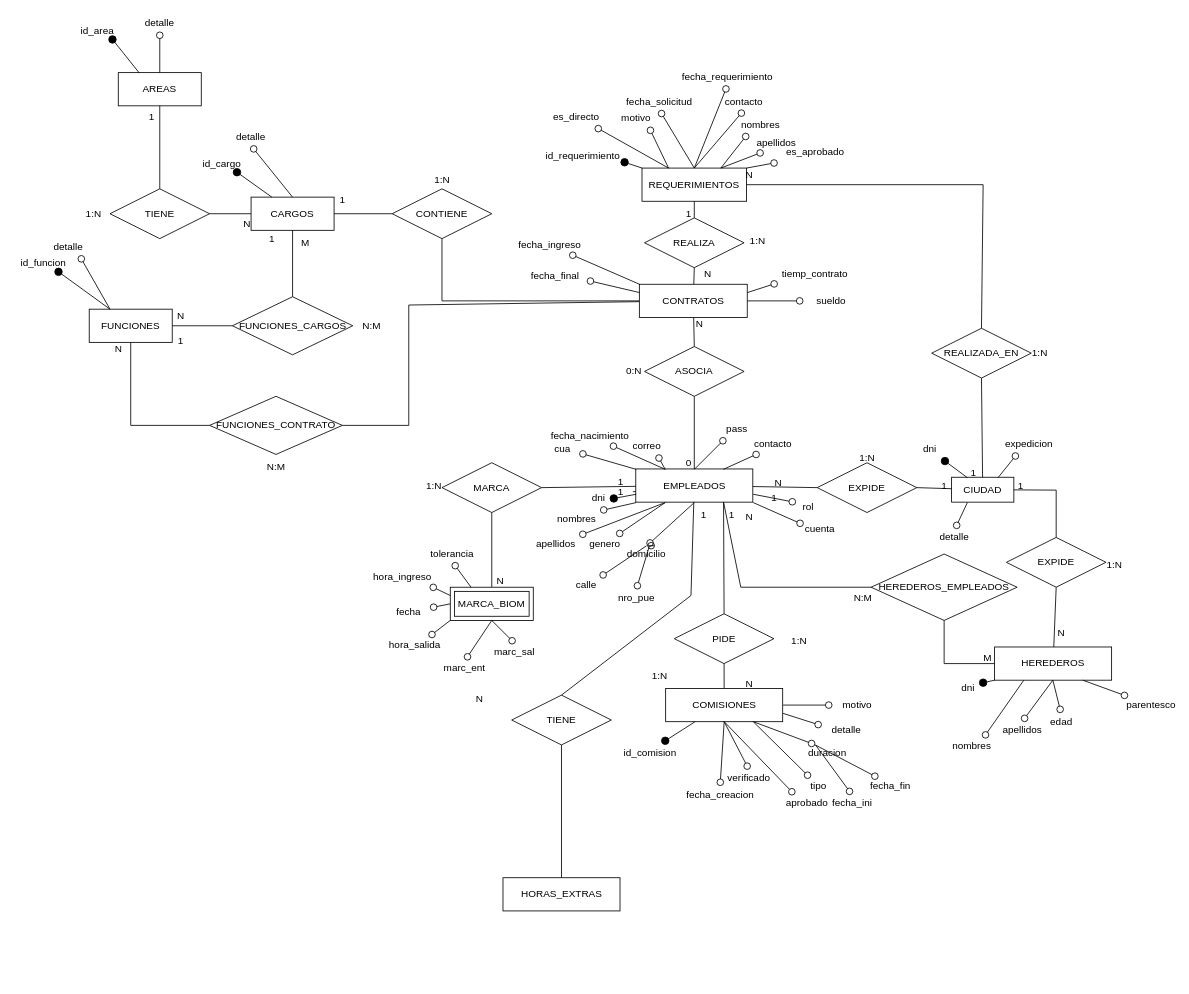
Earlier version of the draw.io diagram page "Página-2" (2 of 4) of Diagrama SRH.drawio (tomyivan/diagramas-DB). Source tidied: cells renumbered, new cells numbered last; positions are measured from the earlier drawing's top-left corner, leaving out a move shared by most shapes. Both pictures are drawn from the tidied source at 83%, with x=0, y=0 at pixel (14, 14).
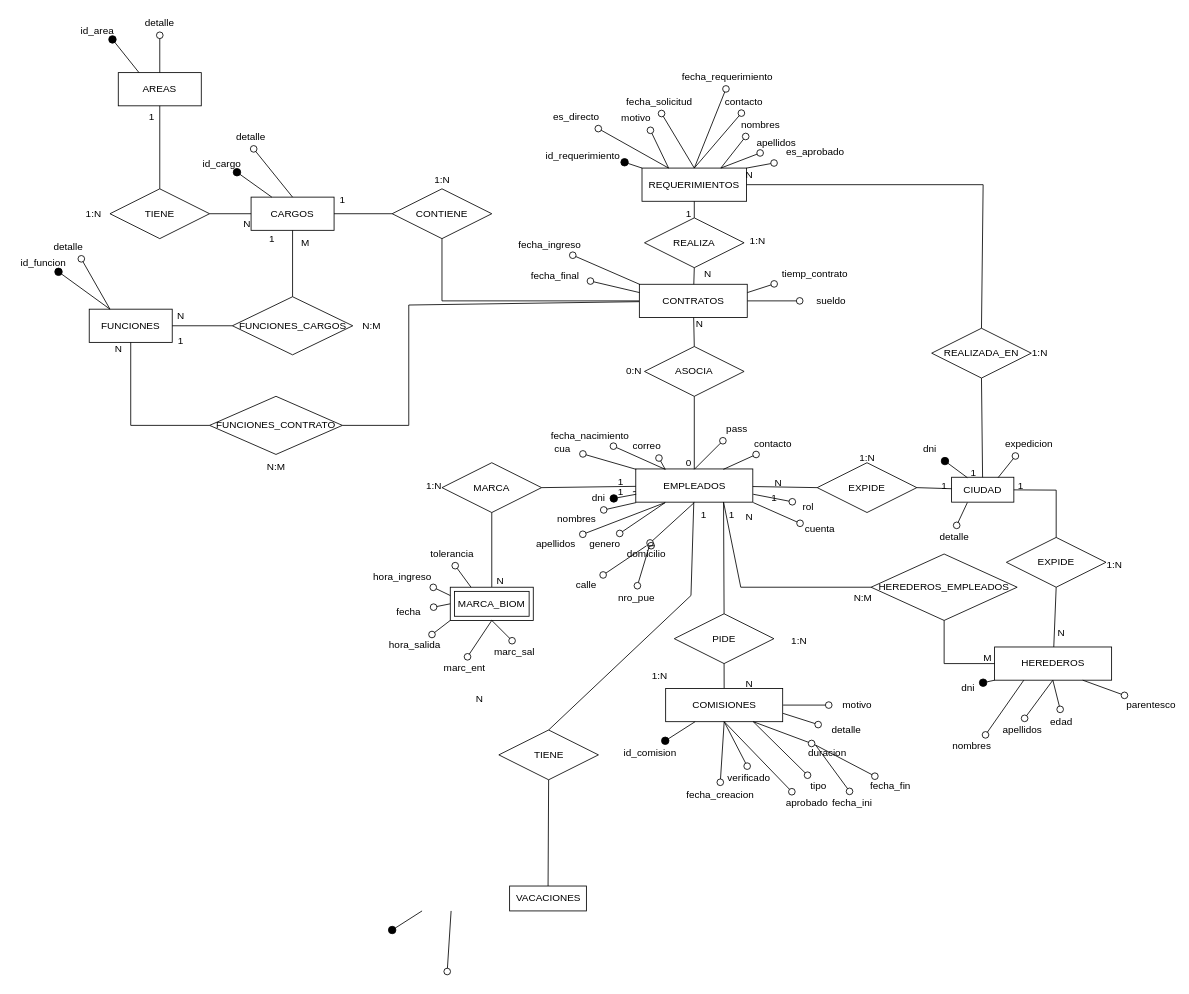
After the change.

What changed in the source:
```diff
@@
     <mxCell id="156" value="TIENE" style="shape=rhombus;perimeter=rhombusPerimeter;whiteSpace=wrap;html=1;align=center;" parent="1" vertex="1">
-      <mxGeometry x="599" y="820" width="120" height="60" as="geometry" />
+      <mxGeometry x="583.5" y="862" width="120" height="60" as="geometry" />
     </mxCell>
@@
-    <mxCell id="159" value="HORAS_EXTRAS" style="whiteSpace=wrap;html=1;align=center;" parent="1" vertex="1">
-      <mxGeometry x="588.5" y="1040" width="141" height="40" as="geometry" />
+    <mxCell id="159" value="VACACIONES" style="whiteSpace=wrap;html=1;align=center;" parent="1" vertex="1">
+      <mxGeometry x="596.5" y="1050" width="92.5" height="30" as="geometry" />
     </mxCell>
@@
+    <mxCell id="209" style="endArrow=circle;html=1;rounded=0;strokeColor=default;shadow=0;startFill=0;fillOpacity=100;endFill=0;snapToPoint=1;fixDash=1;backgroundOutline=1;comic=0;jiggle=1;enumerate=0;orthogonal=0;strokeOpacity=100;arcSize=210;startArrow=none;strokeWidth=1;startSize=0;endSize=3;" parent="1" edge="1">
+      <mxGeometry relative="1" as="geometry">
+        <mxPoint x="526" y="1080" as="sourcePoint" />
+        <mxPoint x="521" y="1158" as="targetPoint" />
+      </mxGeometry>
+    </mxCell>
+    <mxCell id="210" style="endArrow=none;html=1;rounded=0;shadow=0;startFill=1;fillOpacity=100;endFill=1;snapToPoint=1;fixDash=1;backgroundOutline=1;comic=0;jiggle=1;enumerate=0;orthogonal=0;strokeOpacity=100;arcSize=210;startArrow=oval;strokeWidth=1;startSize=9;" parent="1" edge="1">
+      <mxGeometry relative="1" as="geometry">
+        <mxPoint x="455" y="1103" as="sourcePoint" />
+        <mxPoint x="491" y="1080" as="targetPoint" />
+      </mxGeometry>
+    </mxCell>
```
